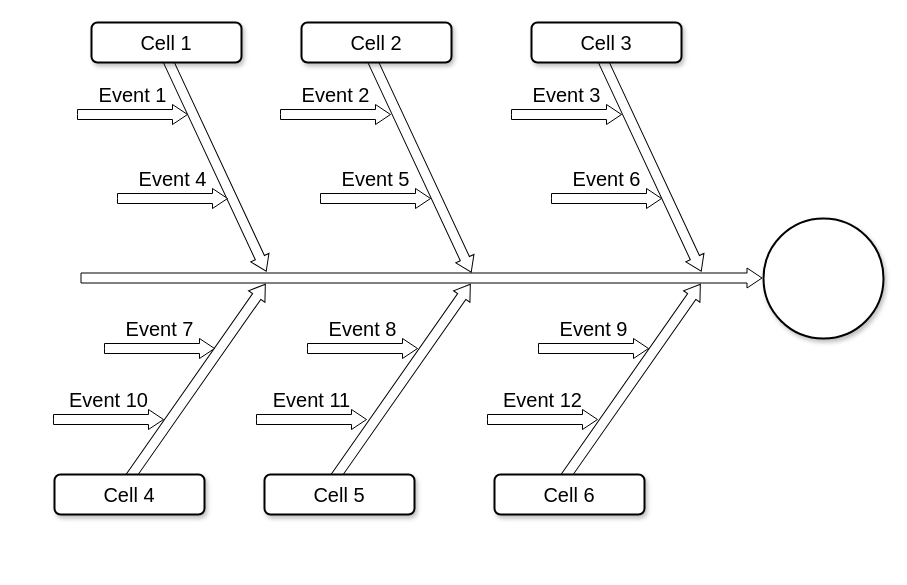
Before: tasks/Untitled Diagram.drawio in s-klimov/django_budget, a draw.io diagram. Source tidied: cells renumbered, new cells numbered last; positions are measured from the earlier drawing's top-left corner, leaving out a move shared by most shapes. Both pictures are drawn from the tidied source at 100%, with x=0, y=0 at pixel (54, -63).
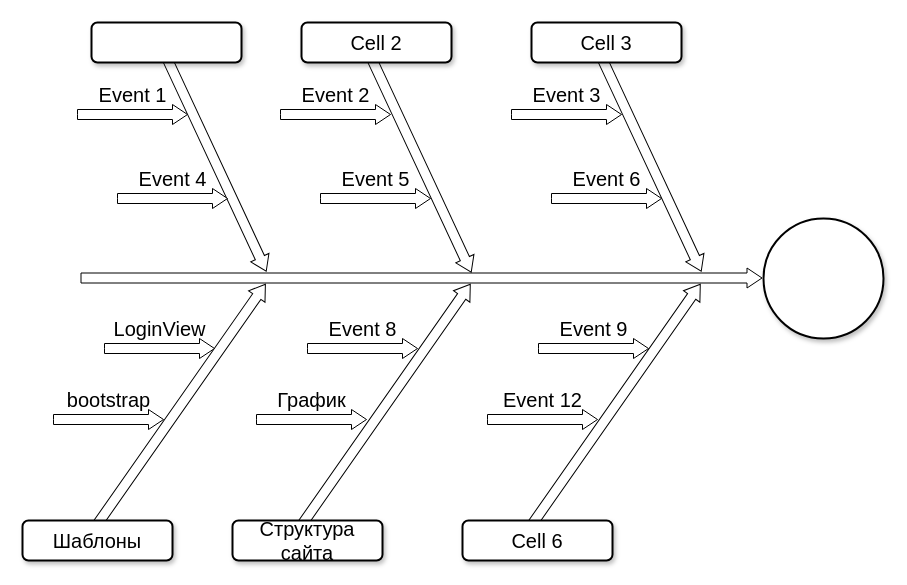
The same page after the edit.

Change to the diagram source:
```diff
@@
     <mxCell id="2" style="html=1;shadow=0;dashed=0;align=center;verticalAlign=middle;shape=mxgraph.arrows2.arrow;dy=0.5;dx=15;direction=north;notch=0;rounded=0;strokeWidth=1;fontSize=20;rotation=35;" parent="1" vertex="1">
-      <mxGeometry x="132" y="325" width="20" height="240" as="geometry" />
+      <mxGeometry x="114.8" y="319.6" width="20" height="300.2" as="geometry" />
     </mxCell>
     <mxCell id="3" style="html=1;shadow=0;dashed=0;align=center;verticalAlign=middle;shape=mxgraph.arrows2.arrow;dy=0.5;dx=15;direction=north;notch=0;rounded=0;strokeWidth=1;fontSize=20;rotation=35;" parent="1" vertex="1">
-      <mxGeometry x="337" y="325" width="20" height="240" as="geometry" />
+      <mxGeometry x="320.9" y="319.9" width="20" height="296" as="geometry" />
     </mxCell>
     <mxCell id="4" style="html=1;shadow=0;dashed=0;align=center;verticalAlign=middle;shape=mxgraph.arrows2.arrow;dy=0.5;dx=15;direction=north;notch=0;rounded=0;strokeWidth=1;fontSize=20;rotation=35;" parent="1" vertex="1">
-      <mxGeometry x="567" y="325" width="20" height="240" as="geometry" />
+      <mxGeometry x="550.9" y="319.9" width="20" height="296" as="geometry" />
     </mxCell>
@@
-    <mxCell id="9" value="Cell 1" style="rounded=1;whiteSpace=wrap;html=1;shadow=1;strokeWidth=2;fontSize=20;" parent="1" vertex="1">
+    <mxCell id="9" style="rounded=1;whiteSpace=wrap;html=1;shadow=1;strokeWidth=2;fontSize=20;" parent="1" vertex="1">
       <mxGeometry x="37" y="85" width="150" height="40" as="geometry" />
     </mxCell>
@@
-    <mxCell id="12" value="Cell 4" style="rounded=1;whiteSpace=wrap;html=1;shadow=1;strokeWidth=2;fontSize=20;" parent="1" vertex="1">
-      <mxGeometry y="537" width="150" height="40" as="geometry" />
+    <mxCell id="12" value="Шаблоны" style="rounded=1;whiteSpace=wrap;html=1;shadow=1;strokeWidth=2;fontSize=20;" parent="1" vertex="1">
+      <mxGeometry x="-32" y="583" width="150" height="40" as="geometry" />
     </mxCell>
-    <mxCell id="13" value="Cell 5" style="rounded=1;whiteSpace=wrap;html=1;shadow=1;strokeWidth=2;fontSize=20;" parent="1" vertex="1">
-      <mxGeometry x="210" y="537" width="150" height="40" as="geometry" />
+    <mxCell id="13" value="Структура сайта" style="rounded=1;whiteSpace=wrap;html=1;shadow=1;strokeWidth=2;fontSize=20;" parent="1" vertex="1">
+      <mxGeometry x="178" y="583" width="150" height="40" as="geometry" />
     </mxCell>
     <mxCell id="14" value="Cell 6" style="rounded=1;whiteSpace=wrap;html=1;shadow=1;strokeWidth=2;fontSize=20;" parent="1" vertex="1">
-      <mxGeometry x="440" y="537" width="150" height="40" as="geometry" />
+      <mxGeometry x="408" y="583" width="150" height="40" as="geometry" />
     </mxCell>
@@
-    <mxCell id="19" value="Event 10" style="html=1;shadow=0;dashed=0;align=center;verticalAlign=middle;shape=mxgraph.arrows2.arrow;dy=0.5;dx=15;direction=north;notch=0;rounded=0;strokeWidth=1;fontSize=20;rotation=90;horizontal=0;labelPosition=left;verticalLabelPosition=middle;" parent="1" vertex="1">
+    <mxCell id="19" value="bootstrap" style="html=1;shadow=0;dashed=0;align=center;verticalAlign=middle;shape=mxgraph.arrows2.arrow;dy=0.5;dx=15;direction=north;notch=0;rounded=0;strokeWidth=1;fontSize=20;rotation=90;horizontal=0;labelPosition=left;verticalLabelPosition=middle;" parent="1" vertex="1">
       <mxGeometry x="44" y="427" width="20" height="110" as="geometry" />
     </mxCell>
-    <mxCell id="20" value="Event 11" style="html=1;shadow=0;dashed=0;align=center;verticalAlign=middle;shape=mxgraph.arrows2.arrow;dy=0.5;dx=15;direction=north;notch=0;rounded=0;strokeWidth=1;fontSize=20;rotation=90;horizontal=0;labelPosition=left;verticalLabelPosition=middle;" parent="1" vertex="1">
+    <mxCell id="20" value="График" style="html=1;shadow=0;dashed=0;align=center;verticalAlign=middle;shape=mxgraph.arrows2.arrow;dy=0.5;dx=15;direction=north;notch=0;rounded=0;strokeWidth=1;fontSize=20;rotation=90;horizontal=0;labelPosition=left;verticalLabelPosition=middle;" parent="1" vertex="1">
       <mxGeometry x="247" y="427" width="20" height="110" as="geometry" />
     </mxCell>
@@
-    <mxCell id="25" value="Event 7" style="html=1;shadow=0;dashed=0;align=center;verticalAlign=middle;shape=mxgraph.arrows2.arrow;dy=0.5;dx=15;direction=north;notch=0;rounded=0;strokeWidth=1;fontSize=20;rotation=90;horizontal=0;labelPosition=left;verticalLabelPosition=middle;" parent="1" vertex="1">
+    <mxCell id="25" value="LoginView" style="html=1;shadow=0;dashed=0;align=center;verticalAlign=middle;shape=mxgraph.arrows2.arrow;dy=0.5;dx=15;direction=north;notch=0;rounded=0;strokeWidth=1;fontSize=20;rotation=90;horizontal=0;labelPosition=left;verticalLabelPosition=middle;" parent="1" vertex="1">
       <mxGeometry x="95" y="356" width="20" height="110" as="geometry" />
     </mxCell>
```
